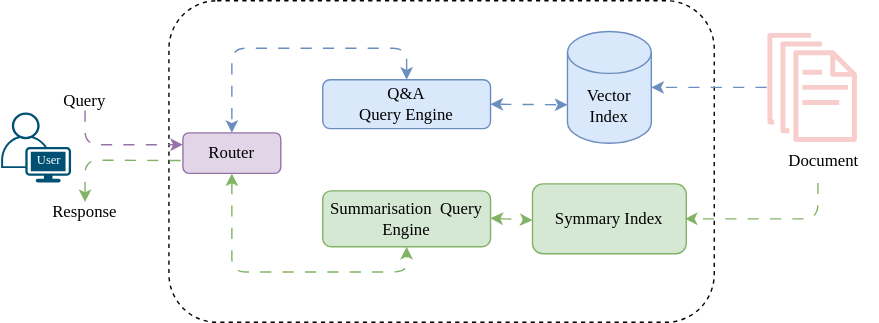
dev-scripts/prakashbhandari.com.np keeps this draw.io diagram as static/images/posts/building-rag-pipeline-for-summarization-and-q-and-a-with-llamaindex-and-openai/building-rag-pipeline-for-summarization-and-q-and-a-with-llamaindex-and-openai.svg. Above is the earlier version. Source tidied: cells renumbered, new cells last; positions are measured from the earlier drawing's top-left corner, leaving out a move shared by most shapes.
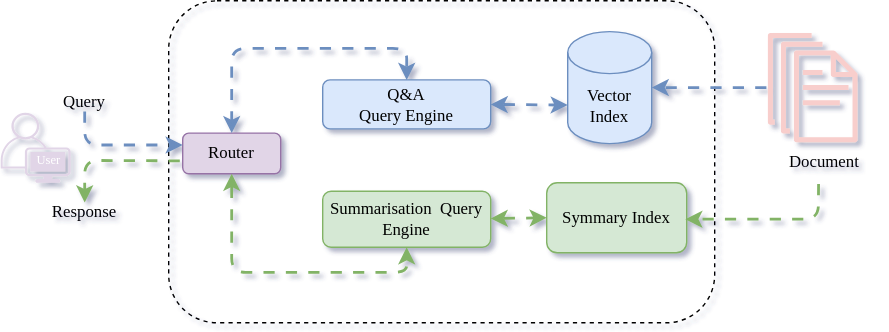
After the commit.

Change to the diagram source:
```diff
@@ -1,8 +1,8 @@
-<mxGraphModel>
+<mxGraphModel shadow="1">
   <root>
     <mxCell id="0" />
     <mxCell id="1" parent="0" />
-    <mxCell id="2" style="rounded=1;whiteSpace=wrap;html=1;dashed=1;" parent="1" vertex="1">
+    <mxCell id="2" style="rounded=1;whiteSpace=wrap;html=1;dashed=1;fillColor=none;" parent="1" vertex="1">
       <mxGeometry x="120" width="390" height="230" as="geometry" />
     </mxCell>
     <mxCell id="3" style="outlineConnect=0;fillColor=#f8cecc;strokeColor=#b85450;dashed=0;verticalLabelPosition=bottom;verticalAlign=top;align=center;html=1;fontSize=12;fontStyle=0;shape=mxgraph.aws4.documents;rounded=1;" parent="1" vertex="1">
@@ -15,7 +15,7 @@
       <mxGeometry x="405" y="22" width="60" height="80" as="geometry" />
     </mxCell>
     <mxCell id="6" value="Symmary Index" style="rounded=1;whiteSpace=wrap;html=1;fillColor=#d5e8d4;strokeColor=#82b366;fontFamily=Comic Sans MS;" parent="1" vertex="1">
-      <mxGeometry x="380" y="131" width="110" height="50" as="geometry" />
+      <mxGeometry x="390" y="130" width="100" height="50" as="geometry" />
     </mxCell>
     <mxCell id="7" value="Q&amp;amp;A &lt;br&gt;Query Engine" style="rounded=1;whiteSpace=wrap;html=1;fillColor=#dae8fc;strokeColor=#6c8ebf;fontFamily=Comic Sans MS;" parent="1" vertex="1">
       <mxGeometry x="230" y="56.5" width="120" height="35" as="geometry" />
@@ -23,10 +23,10 @@
     <mxCell id="8" value="Summarisation&amp;nbsp; Query Engine" style="rounded=1;whiteSpace=wrap;html=1;fillColor=#d5e8d4;strokeColor=#82b366;fontFamily=Comic Sans MS;" parent="1" vertex="1">
       <mxGeometry x="230" y="136" width="120" height="40" as="geometry" />
     </mxCell>
-    <mxCell id="9" style="endArrow=classic;html=1;rounded=1;entryX=1;entryY=0.5;entryDx=0;entryDy=0;entryPerimeter=0;fillColor=#dae8fc;strokeColor=#6c8ebf;flowAnimation=1;" parent="1" edge="1" source="3" target="5">
+    <mxCell id="9" style="endArrow=classic;html=1;rounded=1;entryX=1;entryY=0.5;entryDx=0;entryDy=0;entryPerimeter=0;fillColor=#dae8fc;strokeColor=#6c8ebf;flowAnimation=1;strokeWidth=2;" parent="1" edge="1" source="3" target="5">
       <mxGeometry relative="1" as="geometry" />
     </mxCell>
-    <mxCell id="10" style="endArrow=classic;html=1;rounded=1;entryX=1;entryY=0.5;entryDx=0;entryDy=0;exitX=0.465;exitY=0.993;exitDx=0;exitDy=0;exitPerimeter=0;fillColor=#d5e8d4;strokeColor=#82b366;flowAnimation=1;" parent="1" edge="1">
+    <mxCell id="10" style="endArrow=classic;html=1;rounded=1;entryX=1;entryY=0.5;entryDx=0;entryDy=0;exitX=0.465;exitY=0.993;exitDx=0;exitDy=0;exitPerimeter=0;fillColor=#d5e8d4;strokeColor=#82b366;flowAnimation=1;strokeWidth=2;" parent="1" edge="1">
       <mxGeometry relative="1" as="geometry">
         <mxPoint x="584.2" y="129.8" as="sourcePoint" />
         <mxPoint x="489" y="156" as="targetPoint" />
@@ -38,7 +38,7 @@
     <mxCell id="11" value="Router" style="rounded=1;whiteSpace=wrap;html=1;fillColor=#e1d5e7;strokeColor=#9673a6;fontFamily=Comic Sans MS;" parent="1" vertex="1">
       <mxGeometry x="130" y="94.5" width="70" height="29" as="geometry" />
     </mxCell>
-    <mxCell id="12" style="endArrow=classic;startArrow=classic;html=1;rounded=1;exitX=0.5;exitY=1;exitDx=0;exitDy=0;entryX=0.5;entryY=1;entryDx=0;entryDy=0;fillColor=#d5e8d4;strokeColor=#82b366;flowAnimation=1;" parent="1" edge="1" source="11" target="8">
+    <mxCell id="12" style="endArrow=classic;startArrow=classic;html=1;rounded=1;exitX=0.5;exitY=1;exitDx=0;exitDy=0;entryX=0.5;entryY=1;entryDx=0;entryDy=0;fillColor=#d5e8d4;strokeColor=#82b366;flowAnimation=1;strokeWidth=2;" parent="1" edge="1" source="11" target="8">
       <mxGeometry relative="1" as="geometry">
         <Array as="points">
           <mxPoint x="165" y="194" />
@@ -46,7 +46,7 @@
         </Array>
       </mxGeometry>
     </mxCell>
-    <mxCell id="13" style="endArrow=classic;startArrow=classic;html=1;rounded=1;entryX=0.5;entryY=0;entryDx=0;entryDy=0;exitX=0.5;exitY=0;exitDx=0;exitDy=0;fillColor=#dae8fc;strokeColor=#6c8ebf;flowAnimation=1;" parent="1" edge="1" source="7" target="11">
+    <mxCell id="13" style="endArrow=classic;startArrow=classic;html=1;rounded=1;entryX=0.5;entryY=0;entryDx=0;entryDy=0;exitX=0.5;exitY=0;exitDx=0;exitDy=0;fillColor=#dae8fc;strokeColor=#6c8ebf;flowAnimation=1;strokeWidth=2;" parent="1" edge="1" source="7" target="11">
       <mxGeometry relative="1" as="geometry">
         <Array as="points">
           <mxPoint x="290" y="34" />
@@ -54,13 +54,12 @@
         </Array>
       </mxGeometry>
     </mxCell>
-    <mxCell id="14" style="endArrow=classic;startArrow=classic;html=1;rounded=1;exitX=1;exitY=0.5;exitDx=0;exitDy=0;entryX=0;entryY=0;entryDx=0;entryDy=52.5;entryPerimeter=0;fillColor=#dae8fc;strokeColor=#6c8ebf;flowAnimation=1;" parent="1" edge="1" source="7" target="5">
+    <mxCell id="14" style="endArrow=classic;startArrow=classic;html=1;rounded=1;exitX=1;exitY=0.5;exitDx=0;exitDy=0;entryX=0;entryY=0;entryDx=0;entryDy=52.5;entryPerimeter=0;fillColor=#dae8fc;strokeColor=#6c8ebf;flowAnimation=1;strokeWidth=2;" parent="1" edge="1" source="7" target="5">
       <mxGeometry relative="1" as="geometry" />
     </mxCell>
-    <mxCell id="15" style="endArrow=classic;startArrow=classic;html=1;rounded=1;exitX=1;exitY=0.5;exitDx=0;exitDy=0;flowAnimation=1;fillColor=#d5e8d4;strokeColor=#82b366;" parent="1" edge="1">
+    <mxCell id="15" style="endArrow=classic;startArrow=classic;html=1;rounded=1;exitX=1;exitY=0.5;exitDx=0;exitDy=0;flowAnimation=1;fillColor=#d5e8d4;strokeColor=#82b366;entryX=0;entryY=0.5;entryDx=0;entryDy=0;strokeWidth=2;" parent="1" edge="1" target="6">
       <mxGeometry relative="1" as="geometry">
         <mxPoint x="350" y="155.5" as="sourcePoint" />
-        <mxPoint x="380" y="157" as="targetPoint" />
       </mxGeometry>
     </mxCell>
     <mxCell id="16" value="Query" style="text;html=1;align=center;verticalAlign=middle;whiteSpace=wrap;rounded=1;fontFamily=Comic Sans MS;" parent="1" vertex="1">
@@ -69,7 +68,7 @@
     <mxCell id="17" value="Response" style="text;html=1;align=center;verticalAlign=middle;whiteSpace=wrap;rounded=1;fontFamily=Comic Sans MS;" parent="1" vertex="1">
       <mxGeometry x="30" y="136" width="60" height="30" as="geometry" />
     </mxCell>
-    <mxCell id="18" style="endArrow=classic;html=1;rounded=1;entryX=0;entryY=0.5;entryDx=0;entryDy=0;fillColor=#e1d5e7;strokeColor=#9673a6;flowAnimation=1;" parent="1" edge="1">
+    <mxCell id="18" style="endArrow=classic;html=1;rounded=1;entryX=0;entryY=0.5;entryDx=0;entryDy=0;fillColor=#dae8fc;strokeColor=#6c8ebf;flowAnimation=1;strokeWidth=2;" parent="1" edge="1">
       <mxGeometry relative="1" as="geometry">
         <mxPoint x="60" y="78" as="sourcePoint" />
         <mxPoint x="130" y="103" as="targetPoint" />
@@ -78,7 +77,7 @@
         </Array>
       </mxGeometry>
     </mxCell>
-    <mxCell id="19" style="endArrow=classic;html=1;rounded=1;fillColor=#d5e8d4;strokeColor=#82b366;orthogonalLoop=0;flowAnimation=1;" parent="1" edge="1">
+    <mxCell id="19" style="endArrow=classic;html=1;rounded=1;fillColor=#d5e8d4;strokeColor=#82b366;orthogonalLoop=0;flowAnimation=1;strokeWidth=2;" parent="1" edge="1">
       <mxGeometry relative="1" as="geometry">
         <mxPoint x="129" y="114.3" as="sourcePoint" />
         <mxPoint x="60" y="144" as="targetPoint" />
@@ -87,7 +86,7 @@
         </Array>
       </mxGeometry>
     </mxCell>
-    <mxCell id="20" style="verticalLabelPosition=bottom;sketch=0;html=1;verticalAlign=top;align=center;shape=mxgraph.cisco19.user;fillColor=#005073;strokeColor=none;" parent="1" vertex="1">
+    <mxCell id="20" style="verticalLabelPosition=bottom;sketch=0;html=1;verticalAlign=top;align=center;shape=mxgraph.cisco19.user;fillColor=#e1d5e7;strokeColor=#9673a6;" parent="1" vertex="1">
       <mxGeometry y="80" width="50" height="50" as="geometry" />
     </mxCell>
     <mxCell id="21" value="User" style="text;html=1;align=center;verticalAlign=middle;strokeColor=none;fillColor=none;fontFamily=Comic Sans MS;fontSize=9;fontColor=#FFFFFF;" parent="1" vertex="1">
```
